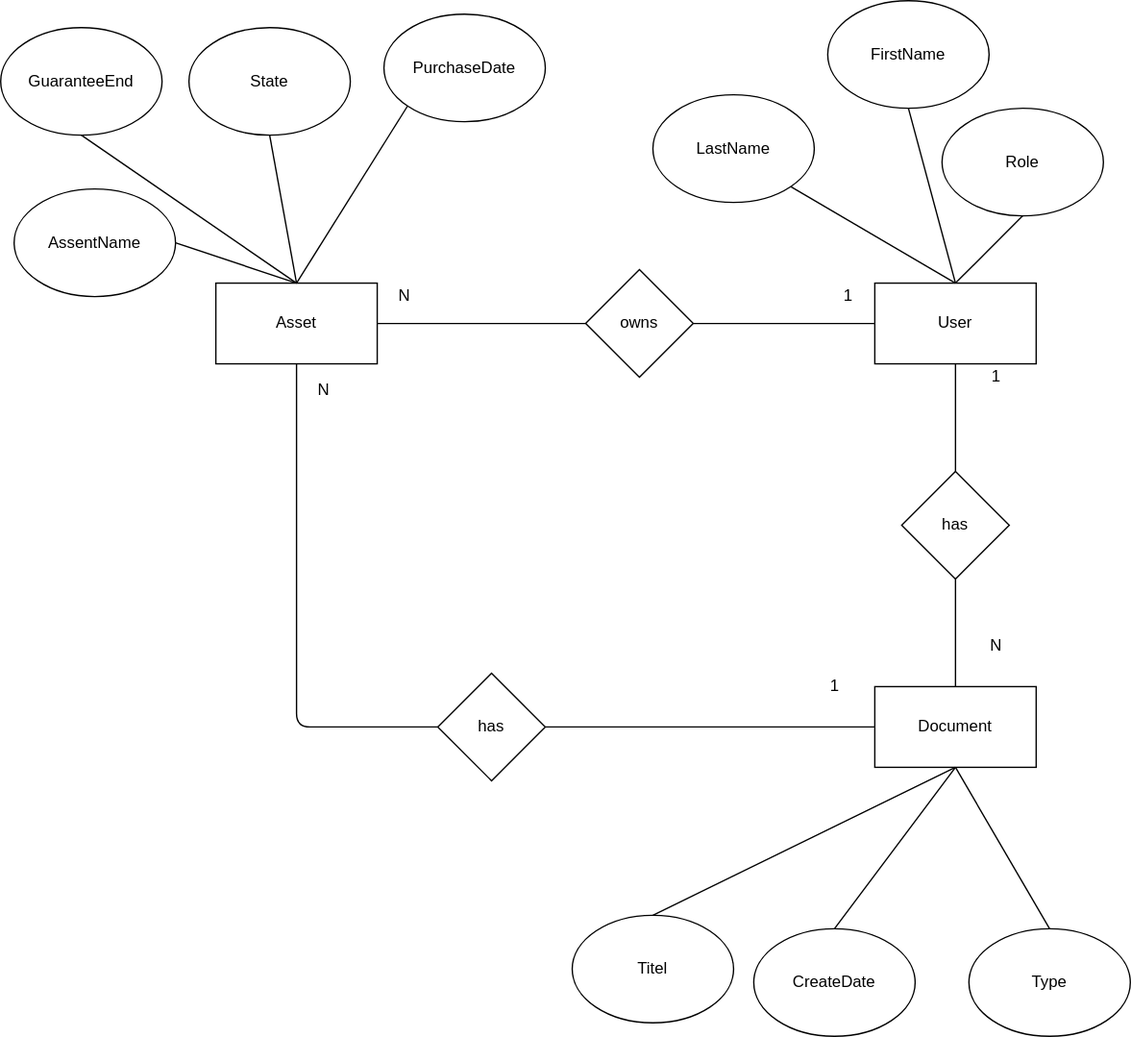
Before: doc/figures/MyClientER.drawio.svg, a diagram exported from draw.io (chiraant/myclient). Source tidied: cells renumbered, new cells last; positions are measured from the earlier drawing's top-left corner, leaving out a move shared by most shapes. The source it was exported from:
```xml
<mxGraphModel>
  <root>
    <mxCell id="0" />
    <mxCell id="1" parent="0" />
    <mxCell id="2" value="owns" style="rhombus;whiteSpace=wrap;html=1;" parent="1" vertex="1">
      <mxGeometry x="435" y="200" width="80" height="80" as="geometry" />
    </mxCell>
    <mxCell id="3" value="Asset" style="rounded=0;whiteSpace=wrap;html=1;" parent="1" vertex="1">
      <mxGeometry x="160" y="210" width="120" height="60" as="geometry" />
    </mxCell>
    <mxCell id="4" value="User" style="rounded=0;whiteSpace=wrap;html=1;" parent="1" vertex="1">
      <mxGeometry x="650" y="210" width="120" height="60" as="geometry" />
    </mxCell>
    <mxCell id="5" value="Document" style="rounded=0;whiteSpace=wrap;html=1;" parent="1" vertex="1">
      <mxGeometry x="650" y="510" width="120" height="60" as="geometry" />
    </mxCell>
    <mxCell id="6" style="endArrow=none;html=1;exitX=1;exitY=0.5;exitDx=0;exitDy=0;entryX=0;entryY=0.5;entryDx=0;entryDy=0;" parent="1" edge="1" source="3" target="2">
      <mxGeometry relative="1" as="geometry" />
    </mxCell>
    <mxCell id="7" style="endArrow=none;html=1;exitX=1;exitY=0.5;exitDx=0;exitDy=0;entryX=0;entryY=0.5;entryDx=0;entryDy=0;" parent="1" edge="1" source="2" target="4">
      <mxGeometry relative="1" as="geometry" />
    </mxCell>
    <mxCell id="8" value="1" style="text;html=1;align=center;verticalAlign=middle;strokeColor=none;fillColor=none;" parent="1" vertex="1">
      <mxGeometry x="615" y="205" width="30" height="30" as="geometry" />
    </mxCell>
    <mxCell id="9" value="N" style="text;html=1;align=center;verticalAlign=middle;strokeColor=none;fillColor=none;" parent="1" vertex="1">
      <mxGeometry x="285" y="205" width="30" height="30" as="geometry" />
    </mxCell>
    <mxCell id="10" value="has" style="rhombus;whiteSpace=wrap;html=1;" parent="1" vertex="1">
      <mxGeometry x="670" y="350" width="80" height="80" as="geometry" />
    </mxCell>
    <mxCell id="11" value="has" style="rhombus;whiteSpace=wrap;html=1;" parent="1" vertex="1">
      <mxGeometry x="325" y="500" width="80" height="80" as="geometry" />
    </mxCell>
    <mxCell id="12" style="endArrow=none;html=1;entryX=0.5;entryY=1;entryDx=0;entryDy=0;exitX=0;exitY=0.5;exitDx=0;exitDy=0;" parent="1" edge="1" source="11" target="3">
      <mxGeometry relative="1" as="geometry">
        <Array as="points">
          <mxPoint x="220" y="540" />
        </Array>
      </mxGeometry>
    </mxCell>
    <mxCell id="13" style="endArrow=none;html=1;exitX=1;exitY=0.5;exitDx=0;exitDy=0;entryX=0;entryY=0.5;entryDx=0;entryDy=0;" parent="1" edge="1" source="11" target="5">
      <mxGeometry relative="1" as="geometry">
        <Array as="points">
          <mxPoint x="480" y="540" />
        </Array>
      </mxGeometry>
    </mxCell>
    <mxCell id="14" style="endArrow=none;html=1;entryX=0.5;entryY=1;entryDx=0;entryDy=0;exitX=0.5;exitY=0;exitDx=0;exitDy=0;" parent="1" edge="1" source="10" target="4">
      <mxGeometry relative="1" as="geometry" />
    </mxCell>
    <mxCell id="15" style="endArrow=none;html=1;entryX=0.5;entryY=1;entryDx=0;entryDy=0;exitX=0.5;exitY=0;exitDx=0;exitDy=0;" parent="1" edge="1" source="5" target="10">
      <mxGeometry relative="1" as="geometry" />
    </mxCell>
    <mxCell id="16" value="1" style="text;html=1;align=center;verticalAlign=middle;strokeColor=none;fillColor=none;" parent="1" vertex="1">
      <mxGeometry x="725" y="265" width="30" height="30" as="geometry" />
    </mxCell>
    <mxCell id="17" value="N" style="text;html=1;align=center;verticalAlign=middle;strokeColor=none;fillColor=none;" parent="1" vertex="1">
      <mxGeometry x="725" y="465" width="30" height="30" as="geometry" />
    </mxCell>
    <mxCell id="18" value="N" style="text;html=1;align=center;verticalAlign=middle;strokeColor=none;fillColor=none;" parent="1" vertex="1">
      <mxGeometry x="225" y="275" width="30" height="30" as="geometry" />
    </mxCell>
    <mxCell id="19" value="1&lt;br&gt;" style="text;html=1;align=center;verticalAlign=middle;strokeColor=none;fillColor=none;" parent="1" vertex="1">
      <mxGeometry x="605" y="495" width="30" height="30" as="geometry" />
    </mxCell>
    <mxCell id="20" value="PurchaseDate" style="ellipse;whiteSpace=wrap;html=1;" parent="1" vertex="1">
      <mxGeometry x="285" y="10" width="120" height="80" as="geometry" />
    </mxCell>
    <mxCell id="21" value="AssentName" style="ellipse;whiteSpace=wrap;html=1;" parent="1" vertex="1">
      <mxGeometry x="10" y="140" width="120" height="80" as="geometry" />
    </mxCell>
    <mxCell id="22" value="GuaranteeEnd" style="ellipse;whiteSpace=wrap;html=1;" parent="1" vertex="1">
      <mxGeometry y="20" width="120" height="80" as="geometry" />
    </mxCell>
    <mxCell id="23" value="State" style="ellipse;whiteSpace=wrap;html=1;" parent="1" vertex="1">
      <mxGeometry x="140" y="20" width="120" height="80" as="geometry" />
    </mxCell>
    <mxCell id="24" style="endArrow=none;html=1;entryX=0.5;entryY=1;entryDx=0;entryDy=0;exitX=0.5;exitY=0;exitDx=0;exitDy=0;" parent="1" edge="1" source="3" target="23">
      <mxGeometry relative="1" as="geometry" />
    </mxCell>
    <mxCell id="25" style="endArrow=none;html=1;entryX=0;entryY=1;entryDx=0;entryDy=0;" parent="1" edge="1" target="20">
      <mxGeometry relative="1" as="geometry">
        <mxPoint x="220" y="210" as="sourcePoint" />
      </mxGeometry>
    </mxCell>
    <mxCell id="26" style="endArrow=none;html=1;entryX=0.5;entryY=1;entryDx=0;entryDy=0;exitX=0.5;exitY=0;exitDx=0;exitDy=0;" parent="1" edge="1" source="3" target="22">
      <mxGeometry relative="1" as="geometry" />
    </mxCell>
    <mxCell id="27" style="endArrow=none;html=1;entryX=1;entryY=0.5;entryDx=0;entryDy=0;exitX=0.5;exitY=0;exitDx=0;exitDy=0;" parent="1" edge="1" source="3" target="21">
      <mxGeometry relative="1" as="geometry" />
    </mxCell>
    <mxCell id="28" value="FirstName" style="ellipse;whiteSpace=wrap;html=1;" parent="1" vertex="1">
      <mxGeometry x="615" width="120" height="80" as="geometry" />
    </mxCell>
    <mxCell id="29" value="LastName" style="ellipse;whiteSpace=wrap;html=1;" parent="1" vertex="1">
      <mxGeometry x="485" y="70" width="120" height="80" as="geometry" />
    </mxCell>
    <mxCell id="30" style="endArrow=none;html=1;entryX=0.5;entryY=1;entryDx=0;entryDy=0;exitX=0.5;exitY=0;exitDx=0;exitDy=0;" parent="1" edge="1" source="4" target="28">
      <mxGeometry relative="1" as="geometry" />
    </mxCell>
    <mxCell id="31" style="endArrow=none;html=1;entryX=1;entryY=1;entryDx=0;entryDy=0;exitX=0.5;exitY=0;exitDx=0;exitDy=0;" parent="1" edge="1" source="4" target="29">
      <mxGeometry relative="1" as="geometry" />
    </mxCell>
    <mxCell id="32" value="Role" style="ellipse;whiteSpace=wrap;html=1;" parent="1" vertex="1">
      <mxGeometry x="700" y="80" width="120" height="80" as="geometry" />
    </mxCell>
    <mxCell id="33" style="endArrow=none;html=1;entryX=0.5;entryY=1;entryDx=0;entryDy=0;exitX=0.5;exitY=0;exitDx=0;exitDy=0;" parent="1" edge="1" source="4" target="32">
      <mxGeometry relative="1" as="geometry" />
    </mxCell>
    <mxCell id="34" value="Titel" style="ellipse;whiteSpace=wrap;html=1;" parent="1" vertex="1">
      <mxGeometry x="425" y="680" width="120" height="80" as="geometry" />
    </mxCell>
    <mxCell id="35" value="Type" style="ellipse;whiteSpace=wrap;html=1;" parent="1" vertex="1">
      <mxGeometry x="720" y="690" width="120" height="80" as="geometry" />
    </mxCell>
    <mxCell id="36" value="CreateDate" style="ellipse;whiteSpace=wrap;html=1;" parent="1" vertex="1">
      <mxGeometry x="560" y="690" width="120" height="80" as="geometry" />
    </mxCell>
    <mxCell id="37" style="endArrow=none;html=1;exitX=0.5;exitY=0;exitDx=0;exitDy=0;entryX=0.5;entryY=1;entryDx=0;entryDy=0;" parent="1" edge="1" source="34" target="5">
      <mxGeometry relative="1" as="geometry" />
    </mxCell>
    <mxCell id="38" style="endArrow=none;html=1;entryX=0.5;entryY=1;entryDx=0;entryDy=0;exitX=0.5;exitY=0;exitDx=0;exitDy=0;" parent="1" edge="1" source="36" target="5">
      <mxGeometry relative="1" as="geometry" />
    </mxCell>
    <mxCell id="39" style="endArrow=none;html=1;entryX=0.5;entryY=1;entryDx=0;entryDy=0;exitX=0.5;exitY=0;exitDx=0;exitDy=0;" parent="1" edge="1" source="35" target="5">
      <mxGeometry relative="1" as="geometry" />
    </mxCell>
  </root>
</mxGraphModel>
```
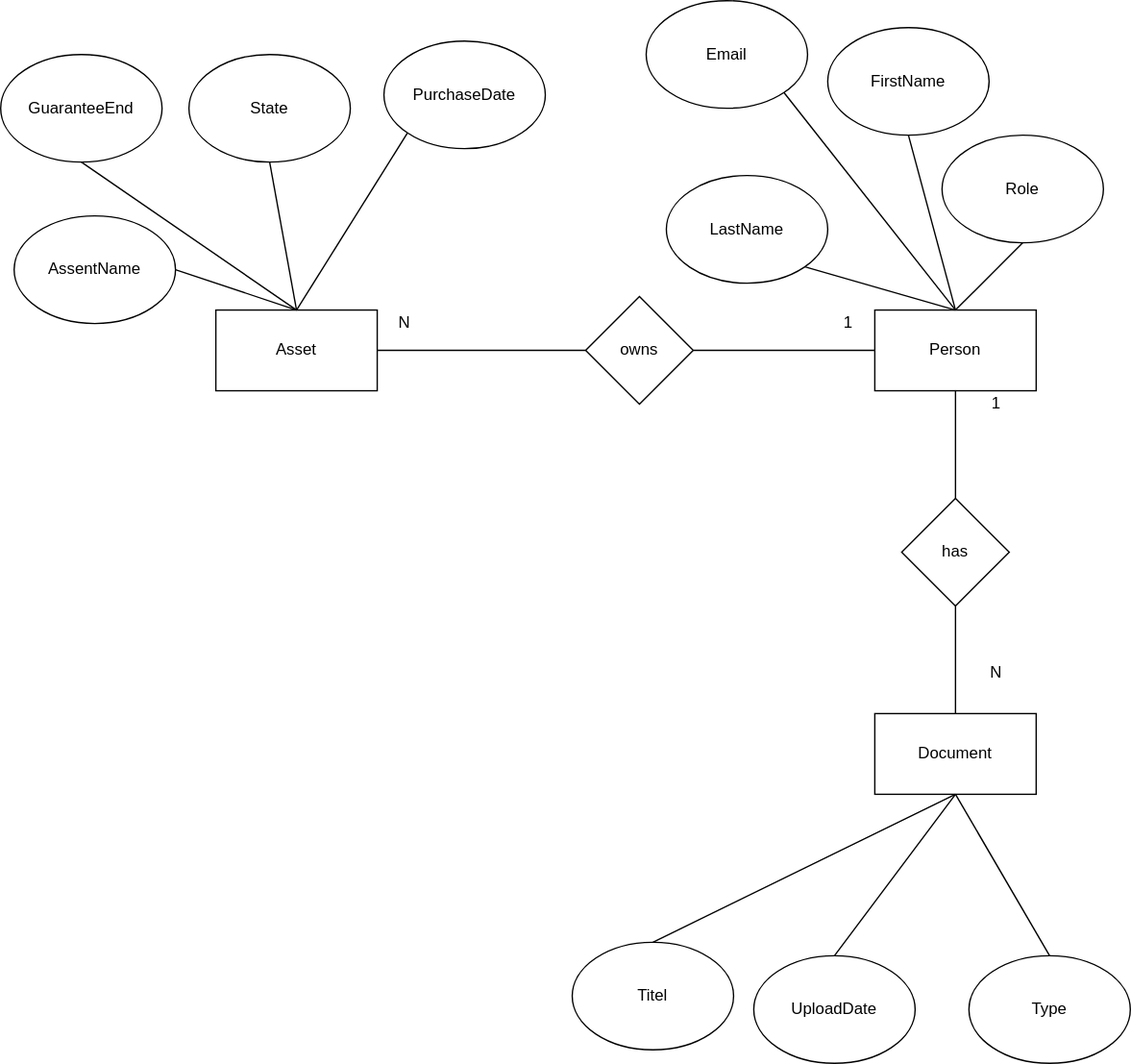
After the commit.

Change to the diagram source:
```diff
@@ -8,7 +8,7 @@
     <mxCell id="3" value="Asset" style="rounded=0;whiteSpace=wrap;html=1;" parent="1" vertex="1">
       <mxGeometry x="160" y="210" width="120" height="60" as="geometry" />
     </mxCell>
-    <mxCell id="4" value="User" style="rounded=0;whiteSpace=wrap;html=1;" parent="1" vertex="1">
+    <mxCell id="4" value="Person" style="rounded=0;whiteSpace=wrap;html=1;" parent="1" vertex="1">
       <mxGeometry x="650" y="210" width="120" height="60" as="geometry" />
     </mxCell>
     <mxCell id="5" value="Document" style="rounded=0;whiteSpace=wrap;html=1;" parent="1" vertex="1">
@@ -29,23 +29,6 @@
     <mxCell id="10" value="has" style="rhombus;whiteSpace=wrap;html=1;" parent="1" vertex="1">
       <mxGeometry x="670" y="350" width="80" height="80" as="geometry" />
     </mxCell>
-    <mxCell id="11" value="has" style="rhombus;whiteSpace=wrap;html=1;" parent="1" vertex="1">
-      <mxGeometry x="325" y="500" width="80" height="80" as="geometry" />
-    </mxCell>
-    <mxCell id="12" style="endArrow=none;html=1;entryX=0.5;entryY=1;entryDx=0;entryDy=0;exitX=0;exitY=0.5;exitDx=0;exitDy=0;" parent="1" edge="1" source="11" target="3">
-      <mxGeometry relative="1" as="geometry">
-        <Array as="points">
-          <mxPoint x="220" y="540" />
-        </Array>
-      </mxGeometry>
-    </mxCell>
-    <mxCell id="13" style="endArrow=none;html=1;exitX=1;exitY=0.5;exitDx=0;exitDy=0;entryX=0;entryY=0.5;entryDx=0;entryDy=0;" parent="1" edge="1" source="11" target="5">
-      <mxGeometry relative="1" as="geometry">
-        <Array as="points">
-          <mxPoint x="480" y="540" />
-        </Array>
-      </mxGeometry>
-    </mxCell>
     <mxCell id="14" style="endArrow=none;html=1;entryX=0.5;entryY=1;entryDx=0;entryDy=0;exitX=0.5;exitY=0;exitDx=0;exitDy=0;" parent="1" edge="1" source="10" target="4">
       <mxGeometry relative="1" as="geometry" />
     </mxCell>
@@ -58,12 +41,6 @@
     <mxCell id="17" value="N" style="text;html=1;align=center;verticalAlign=middle;strokeColor=none;fillColor=none;" parent="1" vertex="1">
       <mxGeometry x="725" y="465" width="30" height="30" as="geometry" />
     </mxCell>
-    <mxCell id="18" value="N" style="text;html=1;align=center;verticalAlign=middle;strokeColor=none;fillColor=none;" parent="1" vertex="1">
-      <mxGeometry x="225" y="275" width="30" height="30" as="geometry" />
-    </mxCell>
-    <mxCell id="19" value="1&lt;br&gt;" style="text;html=1;align=center;verticalAlign=middle;strokeColor=none;fillColor=none;" parent="1" vertex="1">
-      <mxGeometry x="605" y="495" width="30" height="30" as="geometry" />
-    </mxCell>
     <mxCell id="20" value="PurchaseDate" style="ellipse;whiteSpace=wrap;html=1;" parent="1" vertex="1">
       <mxGeometry x="285" y="10" width="120" height="80" as="geometry" />
     </mxCell>
@@ -94,7 +71,7 @@
       <mxGeometry x="615" width="120" height="80" as="geometry" />
     </mxCell>
     <mxCell id="29" value="LastName" style="ellipse;whiteSpace=wrap;html=1;" parent="1" vertex="1">
-      <mxGeometry x="485" y="70" width="120" height="80" as="geometry" />
+      <mxGeometry x="495" y="110" width="120" height="80" as="geometry" />
     </mxCell>
     <mxCell id="30" style="endArrow=none;html=1;entryX=0.5;entryY=1;entryDx=0;entryDy=0;exitX=0.5;exitY=0;exitDx=0;exitDy=0;" parent="1" edge="1" source="4" target="28">
       <mxGeometry relative="1" as="geometry" />
@@ -114,7 +91,7 @@
     <mxCell id="35" value="Type" style="ellipse;whiteSpace=wrap;html=1;" parent="1" vertex="1">
       <mxGeometry x="720" y="690" width="120" height="80" as="geometry" />
     </mxCell>
-    <mxCell id="36" value="CreateDate" style="ellipse;whiteSpace=wrap;html=1;" parent="1" vertex="1">
+    <mxCell id="36" value="UploadDate" style="ellipse;whiteSpace=wrap;html=1;" parent="1" vertex="1">
       <mxGeometry x="560" y="690" width="120" height="80" as="geometry" />
     </mxCell>
     <mxCell id="37" style="endArrow=none;html=1;exitX=0.5;exitY=0;exitDx=0;exitDy=0;entryX=0.5;entryY=1;entryDx=0;entryDy=0;" parent="1" edge="1" source="34" target="5">
@@ -126,5 +103,11 @@
     <mxCell id="39" style="endArrow=none;html=1;entryX=0.5;entryY=1;entryDx=0;entryDy=0;exitX=0.5;exitY=0;exitDx=0;exitDy=0;" parent="1" edge="1" source="35" target="5">
       <mxGeometry relative="1" as="geometry" />
     </mxCell>
+    <mxCell id="40" value="Email" style="ellipse;whiteSpace=wrap;html=1;" parent="1" vertex="1">
+      <mxGeometry x="480" y="-20" width="120" height="80" as="geometry" />
+    </mxCell>
+    <mxCell id="41" style="endArrow=none;html=1;entryX=1;entryY=1;entryDx=0;entryDy=0;exitX=0.5;exitY=0;exitDx=0;exitDy=0;" parent="1" edge="1" source="4" target="40">
+      <mxGeometry relative="1" as="geometry" />
+    </mxCell>
   </root>
 </mxGraphModel>
```
